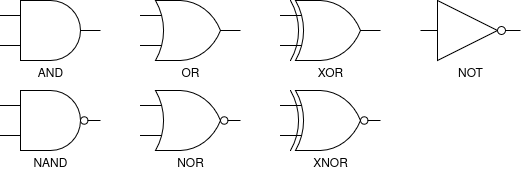
Before: lab1-gates/images/gates.png, a diagram exported from draw.io (j-sikula/vhdl-course). Source tidied: cells renumbered, new cells last; positions are measured from the earlier drawing's top-left corner, leaving out a move shared by most shapes. The source it was exported from:
```xml
<mxGraphModel>
  <root>
    <mxCell id="0" />
    <mxCell id="1" parent="0" />
    <mxCell id="2" value="AND" style="verticalLabelPosition=bottom;shadow=0;dashed=0;align=center;html=1;verticalAlign=top;shape=mxgraph.electrical.logic_gates.logic_gate;operation=and;" parent="1" vertex="1">
      <mxGeometry width="100" height="60" as="geometry" />
    </mxCell>
    <mxCell id="3" value="XOR" style="verticalLabelPosition=bottom;shadow=0;dashed=0;align=center;html=1;verticalAlign=top;shape=mxgraph.electrical.logic_gates.logic_gate;operation=xor;" parent="1" vertex="1">
      <mxGeometry x="280" width="100" height="60" as="geometry" />
    </mxCell>
    <mxCell id="4" value="XNOR" style="verticalLabelPosition=bottom;shadow=0;dashed=0;align=center;html=1;verticalAlign=top;shape=mxgraph.electrical.logic_gates.logic_gate;operation=xor;negating=1;negSize=0.15;" parent="1" vertex="1">
      <mxGeometry x="280" y="90" width="100" height="60" as="geometry" />
    </mxCell>
    <mxCell id="5" value="NOR" style="verticalLabelPosition=bottom;shadow=0;dashed=0;align=center;html=1;verticalAlign=top;shape=mxgraph.electrical.logic_gates.logic_gate;operation=or;negating=1;negSize=0.15;" parent="1" vertex="1">
      <mxGeometry x="140" y="90" width="100" height="60" as="geometry" />
    </mxCell>
    <mxCell id="6" value="OR" style="verticalLabelPosition=bottom;shadow=0;dashed=0;align=center;html=1;verticalAlign=top;shape=mxgraph.electrical.logic_gates.logic_gate;operation=or;" parent="1" vertex="1">
      <mxGeometry x="140" width="100" height="60" as="geometry" />
    </mxCell>
    <mxCell id="7" value="NAND" style="verticalLabelPosition=bottom;shadow=0;dashed=0;align=center;html=1;verticalAlign=top;shape=mxgraph.electrical.logic_gates.logic_gate;operation=and;negating=1;negSize=0.15;" parent="1" vertex="1">
      <mxGeometry y="90" width="100" height="60" as="geometry" />
    </mxCell>
    <mxCell id="8" value="NOT" style="verticalLabelPosition=bottom;shadow=0;dashed=0;align=center;html=1;verticalAlign=top;shape=mxgraph.electrical.logic_gates.inverter_2;" parent="1" vertex="1">
      <mxGeometry x="420" width="100" height="60" as="geometry" />
    </mxCell>
  </root>
</mxGraphModel>
```
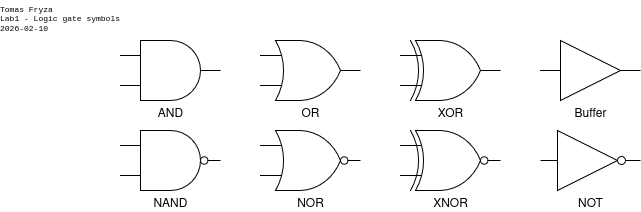
After the change.

What changed in the source:
```diff
@@ -21,7 +21,13 @@
       <mxGeometry y="90" width="100" height="60" as="geometry" />
     </mxCell>
     <mxCell id="8" value="NOT" style="verticalLabelPosition=bottom;shadow=0;dashed=0;align=center;html=1;verticalAlign=top;shape=mxgraph.electrical.logic_gates.inverter_2;" parent="1" vertex="1">
-      <mxGeometry x="420" width="100" height="60" as="geometry" />
+      <mxGeometry x="420" y="90" width="100" height="60" as="geometry" />
     </mxCell>
+    <mxCell id="9" value="&lt;div&gt;Tomas Fryza&lt;/div&gt;&lt;div&gt;Lab1 - Logic gate symbols&lt;/div&gt;&lt;div&gt;2026-02-10&lt;/div&gt;" style="text;html=1;align=left;verticalAlign=top;whiteSpace=wrap;rounded=0;fontFamily=Courier New;fontSize=8;fillOpacity=100;spacing=0;spacingLeft=0;labelPosition=center;verticalLabelPosition=middle;" parent="1" vertex="1">
+      <mxGeometry x="-120" y="-40" width="170" height="40" as="geometry" />
+    </mxCell>
+    <mxCell id="10" value="Buffer" style="verticalLabelPosition=bottom;shadow=0;dashed=0;align=center;html=1;verticalAlign=top;shape=mxgraph.electrical.logic_gates.buffer2;" parent="1" vertex="1">
+      <mxGeometry x="420" width="100" height="60" as="geometry" />
+    </mxCell>
   </root>
 </mxGraphModel>
```
